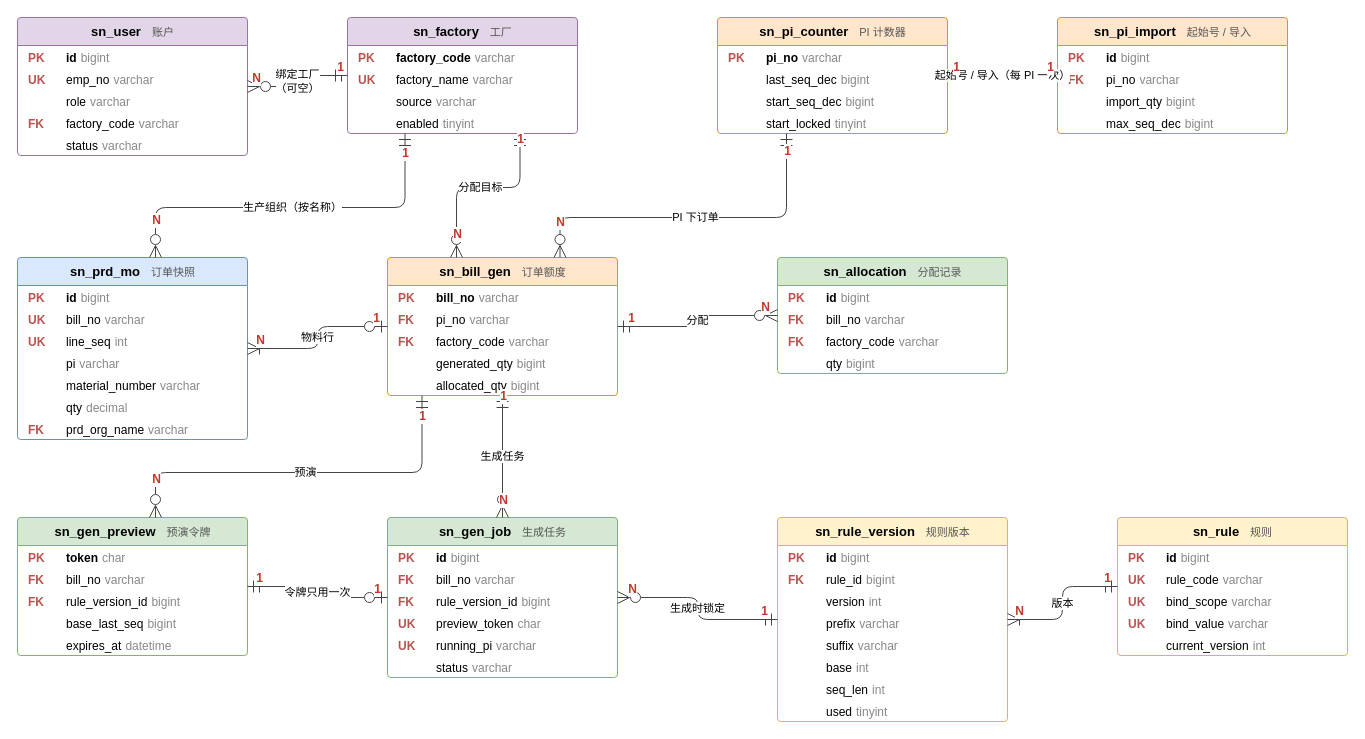
Earlier version of the draw.io diagram docs/images/系统技术方案/fig2-5-er-base.drawio (Createsnow/sn-center). Source tidied: cells renumbered, new cells numbered last; positions are measured from the earlier drawing's top-left corner, leaving out a move shared by most shapes. Both pictures are drawn from the tidied source at 100%, with x=0, y=0 at pixel (17, 17).
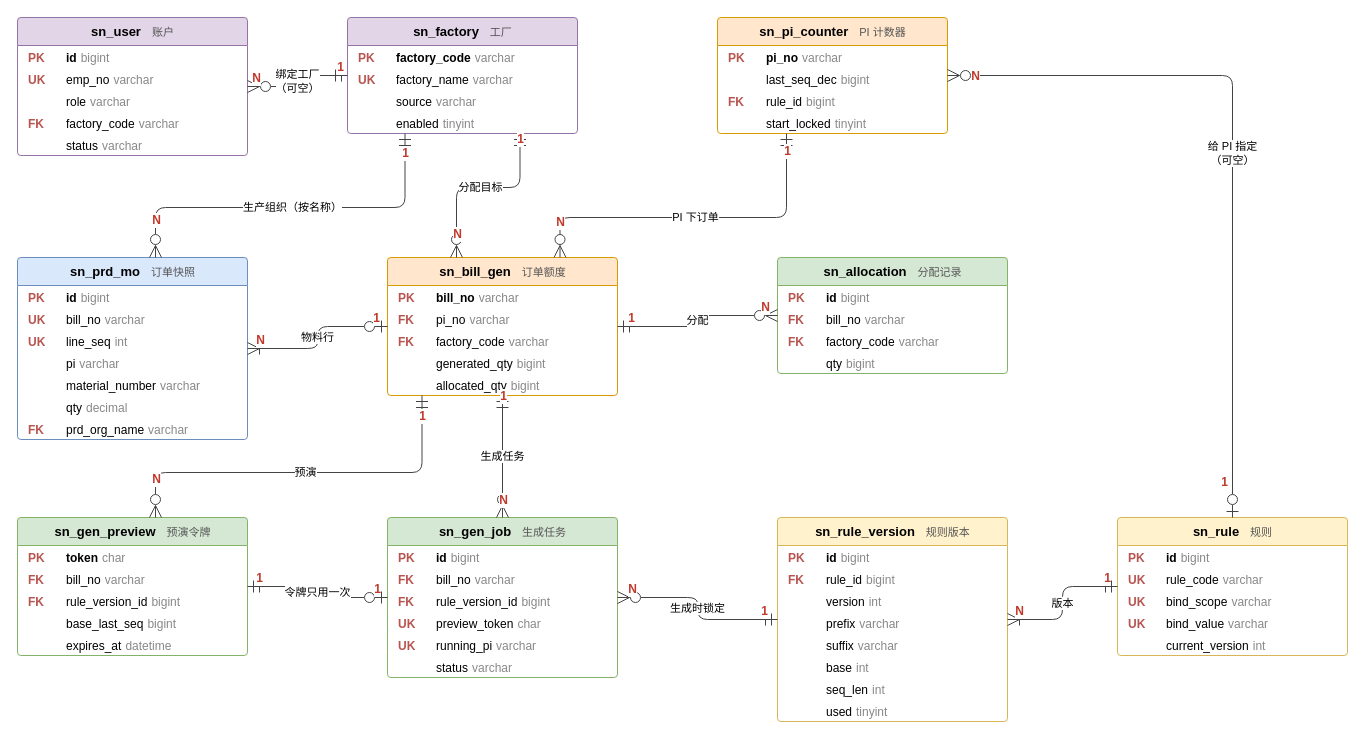
The same page after the edit.

Unchanged cells that the change refers to:
```xml
<mxCell id="13" value="&lt;b&gt;sn_pi_counter&lt;/b&gt;&lt;font color=&quot;#555555&quot; style=&quot;font-size:11px&quot;&gt;　PI 计数器&lt;/font&gt;" style="swimlane;fontStyle=0;horizontal=1;startSize=28;html=1;fillColor=#ffe6cc;strokeColor=#d79b00;swimlaneFillColor=#ffffff;rounded=1;arcSize=4;fontSize=13;fontFamily=Microsoft YaHei,PingFang SC,Helvetica,Arial,WenQuanYi Zen Hei,sans-serif;" parent="1" vertex="1">
  <mxGeometry x="700" width="230" height="116" as="geometry" />
</mxCell>
<mxCell id="64" value="&lt;b&gt;sn_rule&lt;/b&gt;&lt;font color=&quot;#555555&quot; style=&quot;font-size:11px&quot;&gt;　规则&lt;/font&gt;" style="swimlane;fontStyle=0;horizontal=1;startSize=28;html=1;fillColor=#fff2cc;strokeColor=#d6b656;swimlaneFillColor=#ffffff;rounded=1;arcSize=4;fontSize=13;fontFamily=Microsoft YaHei,PingFang SC,Helvetica,Arial,WenQuanYi Zen Hei,sans-serif;" parent="1" vertex="1">
  <mxGeometry x="1100" y="500" width="230" height="138" as="geometry" />
</mxCell>
```

The edit, as a diff of the source:
```diff
@@
-    <mxCell id="16" value="&lt;table style=&quot;width:100%;font-size:12px&quot;&gt;&lt;tr&gt;&lt;td style=&quot;width:34px&quot;&gt;&lt;/td&gt;&lt;td&gt;start_seq_dec&lt;/td&gt;&lt;td style=&quot;text-align:right;color:#888888&quot;&gt;bigint&lt;/td&gt;&lt;/tr&gt;&lt;/table&gt;" style="text;html=1;strokeColor=none;fillColor=none;align=left;verticalAlign=middle;spacingLeft=6;spacingRight=6;overflow=hidden;fontSize=12;fontFamily=Microsoft YaHei,PingFang SC,Helvetica,Arial,WenQuanYi Zen Hei,sans-serif;" parent="13" vertex="1">
+    <mxCell id="16" value="&lt;table style=&quot;width:100%;font-size:12px&quot;&gt;&lt;tr&gt;&lt;td style=&quot;width:34px&quot;&gt;&lt;font color=&quot;#b85450&quot;&gt;&lt;b&gt;FK&lt;/b&gt;&lt;/font&gt;&lt;/td&gt;&lt;td&gt;rule_id&lt;/td&gt;&lt;td style=&quot;text-align:right;color:#888888&quot;&gt;bigint&lt;/td&gt;&lt;/tr&gt;&lt;/table&gt;" style="text;html=1;strokeColor=none;fillColor=none;align=left;verticalAlign=middle;spacingLeft=6;spacingRight=6;overflow=hidden;fontSize=12;fontFamily=Microsoft YaHei,PingFang SC,Helvetica,Arial,WenQuanYi Zen Hei,sans-serif;" parent="13" vertex="1">
       <mxGeometry y="72" width="230" height="22" as="geometry" />
     </mxCell>
@@
-    <mxCell id="18" value="&lt;b&gt;sn_pi_import&lt;/b&gt;&lt;font color=&quot;#555555&quot; style=&quot;font-size:11px&quot;&gt;　起始号 / 导入&lt;/font&gt;" style="swimlane;fontStyle=0;horizontal=1;startSize=28;html=1;fillColor=#ffe6cc;strokeColor=#d79b00;swimlaneFillColor=#ffffff;rounded=1;arcSize=4;fontSize=13;fontFamily=Microsoft YaHei,PingFang SC,Helvetica,Arial,WenQuanYi Zen Hei,sans-serif;" parent="1" vertex="1">
-      <mxGeometry x="1040" width="230" height="116" as="geometry" />
-    </mxCell>
-    <mxCell id="19" value="&lt;table style=&quot;width:100%;font-size:12px&quot;&gt;&lt;tr&gt;&lt;td style=&quot;width:34px&quot;&gt;&lt;font color=&quot;#b85450&quot;&gt;&lt;b&gt;PK&lt;/b&gt;&lt;/font&gt;&lt;/td&gt;&lt;td&gt;&lt;b&gt;id&lt;/b&gt;&lt;/td&gt;&lt;td style=&quot;text-align:right;color:#888888&quot;&gt;bigint&lt;/td&gt;&lt;/tr&gt;&lt;/table&gt;" style="text;html=1;strokeColor=none;fillColor=none;align=left;verticalAlign=middle;spacingLeft=6;spacingRight=6;overflow=hidden;fontSize=12;fontFamily=Microsoft YaHei,PingFang SC,Helvetica,Arial,WenQuanYi Zen Hei,sans-serif;" parent="18" vertex="1">
-      <mxGeometry y="28" width="230" height="22" as="geometry" />
-    </mxCell>
-    <mxCell id="20" value="&lt;table style=&quot;width:100%;font-size:12px&quot;&gt;&lt;tr&gt;&lt;td style=&quot;width:34px&quot;&gt;&lt;font color=&quot;#b85450&quot;&gt;&lt;b&gt;FK&lt;/b&gt;&lt;/font&gt;&lt;/td&gt;&lt;td&gt;pi_no&lt;/td&gt;&lt;td style=&quot;text-align:right;color:#888888&quot;&gt;varchar&lt;/td&gt;&lt;/tr&gt;&lt;/table&gt;" style="text;html=1;strokeColor=none;fillColor=none;align=left;verticalAlign=middle;spacingLeft=6;spacingRight=6;overflow=hidden;fontSize=12;fontFamily=Microsoft YaHei,PingFang SC,Helvetica,Arial,WenQuanYi Zen Hei,sans-serif;" parent="18" vertex="1">
-      <mxGeometry y="50" width="230" height="22" as="geometry" />
-    </mxCell>
-    <mxCell id="21" value="&lt;table style=&quot;width:100%;font-size:12px&quot;&gt;&lt;tr&gt;&lt;td style=&quot;width:34px&quot;&gt;&lt;/td&gt;&lt;td&gt;import_qty&lt;/td&gt;&lt;td style=&quot;text-align:right;color:#888888&quot;&gt;bigint&lt;/td&gt;&lt;/tr&gt;&lt;/table&gt;" style="text;html=1;strokeColor=none;fillColor=none;align=left;verticalAlign=middle;spacingLeft=6;spacingRight=6;overflow=hidden;fontSize=12;fontFamily=Microsoft YaHei,PingFang SC,Helvetica,Arial,WenQuanYi Zen Hei,sans-serif;" parent="18" vertex="1">
-      <mxGeometry y="72" width="230" height="22" as="geometry" />
-    </mxCell>
-    <mxCell id="22" value="&lt;table style=&quot;width:100%;font-size:12px&quot;&gt;&lt;tr&gt;&lt;td style=&quot;width:34px&quot;&gt;&lt;/td&gt;&lt;td&gt;max_seq_dec&lt;/td&gt;&lt;td style=&quot;text-align:right;color:#888888&quot;&gt;bigint&lt;/td&gt;&lt;/tr&gt;&lt;/table&gt;" style="text;html=1;strokeColor=none;fillColor=none;align=left;verticalAlign=middle;spacingLeft=6;spacingRight=6;overflow=hidden;fontSize=12;fontFamily=Microsoft YaHei,PingFang SC,Helvetica,Arial,WenQuanYi Zen Hei,sans-serif;" parent="18" vertex="1">
-      <mxGeometry y="94" width="230" height="22" as="geometry" />
-    </mxCell>
@@
-    <mxCell id="82" value="起始号 / 导入（每 PI 一次）" style="edgeStyle=orthogonalEdgeStyle;rounded=1;html=1;strokeColor=#444444;fontSize=11;labelBackgroundColor=#ffffff;fontFamily=Microsoft YaHei,PingFang SC,Helvetica,Arial,WenQuanYi Zen Hei,sans-serif;exitX=1;exitY=0.5;exitDx=0;exitDy=0;entryX=0;entryY=0.5;entryDx=0;entryDy=0;startArrow=ERmandOne;endArrow=ERzeroToOne;startFill=0;endFill=0;startSize=10;endSize=10;" parent="1" edge="1" source="13" target="18">
-      <mxGeometry relative="1" as="geometry" />
-    </mxCell>
-    <mxCell id="83" value="1" style="edgeLabel;html=1;align=center;verticalAlign=middle;fontSize=12;fontColor=#c0392b;fontStyle=1;labelBackgroundColor=#ffffff;fontFamily=Microsoft YaHei,PingFang SC,Helvetica,Arial,WenQuanYi Zen Hei,sans-serif;" parent="82" vertex="1">
-      <mxGeometry x="-0.85" relative="1" as="geometry">
-        <mxPoint y="-9" as="offset" />
-      </mxGeometry>
-    </mxCell>
-    <mxCell id="84" value="1" style="edgeLabel;html=1;align=center;verticalAlign=middle;fontSize=12;fontColor=#c0392b;fontStyle=1;labelBackgroundColor=#ffffff;fontFamily=Microsoft YaHei,PingFang SC,Helvetica,Arial,WenQuanYi Zen Hei,sans-serif;" parent="82" vertex="1">
-      <mxGeometry x="0.85" relative="1" as="geometry">
-        <mxPoint y="-9" as="offset" />
-      </mxGeometry>
-    </mxCell>
@@
+    <mxCell id="106" value="给 PI 指定&lt;br&gt;（可空）" style="edgeStyle=orthogonalEdgeStyle;rounded=1;html=1;strokeColor=#444444;fontSize=11;labelBackgroundColor=#ffffff;fontFamily=Microsoft YaHei,PingFang SC,Helvetica,Arial,WenQuanYi Zen Hei,sans-serif;exitX=0.5;exitY=0;exitDx=0;exitDy=0;entryX=1;entryY=0.5;entryDx=0;entryDy=0;startArrow=ERzeroToOne;endArrow=ERzeroToMany;startFill=0;endFill=0;startSize=10;endSize=10;" parent="1" edge="1" source="64" target="13">
+      <mxGeometry relative="1" as="geometry">
+        <Array as="points">
+          <mxPoint x="1215" y="58" />
+        </Array>
+      </mxGeometry>
+    </mxCell>
+    <mxCell id="107" value="1" style="edgeLabel;html=1;align=center;verticalAlign=middle;fontSize=12;fontColor=#c0392b;fontStyle=1;labelBackgroundColor=#ffffff;fontFamily=Microsoft YaHei,PingFang SC,Helvetica,Arial,WenQuanYi Zen Hei,sans-serif;" parent="106" vertex="1">
+      <mxGeometry x="-0.9" relative="1" as="geometry">
+        <mxPoint x="-9" as="offset" />
+      </mxGeometry>
+    </mxCell>
+    <mxCell id="108" value="N" style="edgeLabel;html=1;align=center;verticalAlign=middle;fontSize=12;fontColor=#c0392b;fontStyle=1;labelBackgroundColor=#ffffff;fontFamily=Microsoft YaHei,PingFang SC,Helvetica,Arial,WenQuanYi Zen Hei,sans-serif;" parent="106" vertex="1">
+      <mxGeometry x="0.9" relative="1" as="geometry">
+        <mxPoint x="-9" as="offset" />
+      </mxGeometry>
+    </mxCell>
```
